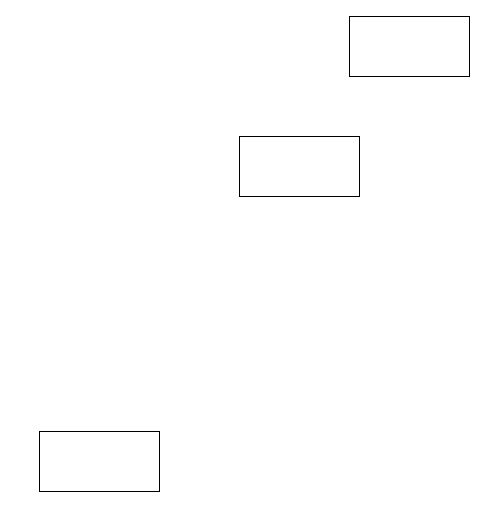
Before: page "Page-1" (1 of 2) of Untitled Diagram.drawio in kenho811/home_data_centre_public_mirror, a draw.io diagram. Source tidied: cells renumbered, new cells numbered last; positions are measured from the earlier drawing's top-left corner, leaving out a move shared by most shapes. Both pictures are drawn from the tidied source at 100%, with x=0, y=0 at pixel (39, 16).
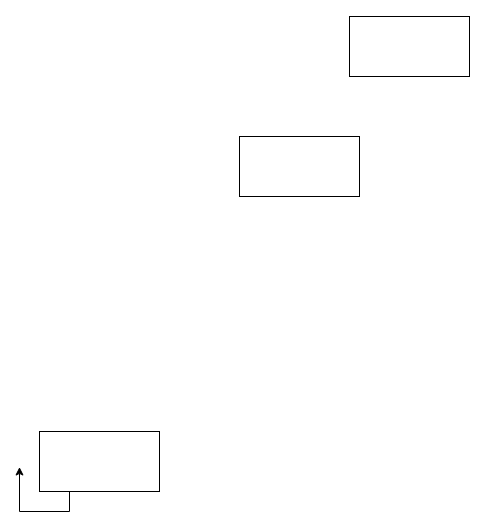
The same page after the edit.

Change to the diagram source:
```diff
@@
 <mxGraphModel>
   <root>
     <mxCell id="0" />
     <mxCell id="1" parent="0" />
     <mxCell id="2" style="rounded=0;whiteSpace=wrap;html=1;" parent="1" vertex="1">
       <mxGeometry x="200" y="120" width="120" height="60" as="geometry" />
     </mxCell>
     <mxCell id="3" style="rounded=0;whiteSpace=wrap;html=1;" parent="1" vertex="1">
       <mxGeometry x="310" width="120" height="60" as="geometry" />
     </mxCell>
+    <mxCell id="5" style="edgeStyle=orthogonalEdgeStyle;rounded=0;jettySize=auto;html=1;exitX=0.25;exitY=1;exitDx=0;exitDy=0;" parent="1" edge="1" source="4">
+      <mxGeometry relative="1" as="geometry">
+        <mxPoint x="-20" y="450" as="targetPoint" />
+      </mxGeometry>
+    </mxCell>
     <mxCell id="4" style="rounded=0;whiteSpace=wrap;html=1;" parent="1" vertex="1">
       <mxGeometry y="415" width="120" height="60" as="geometry" />
     </mxCell>
   </root>
 </mxGraphModel>
```
